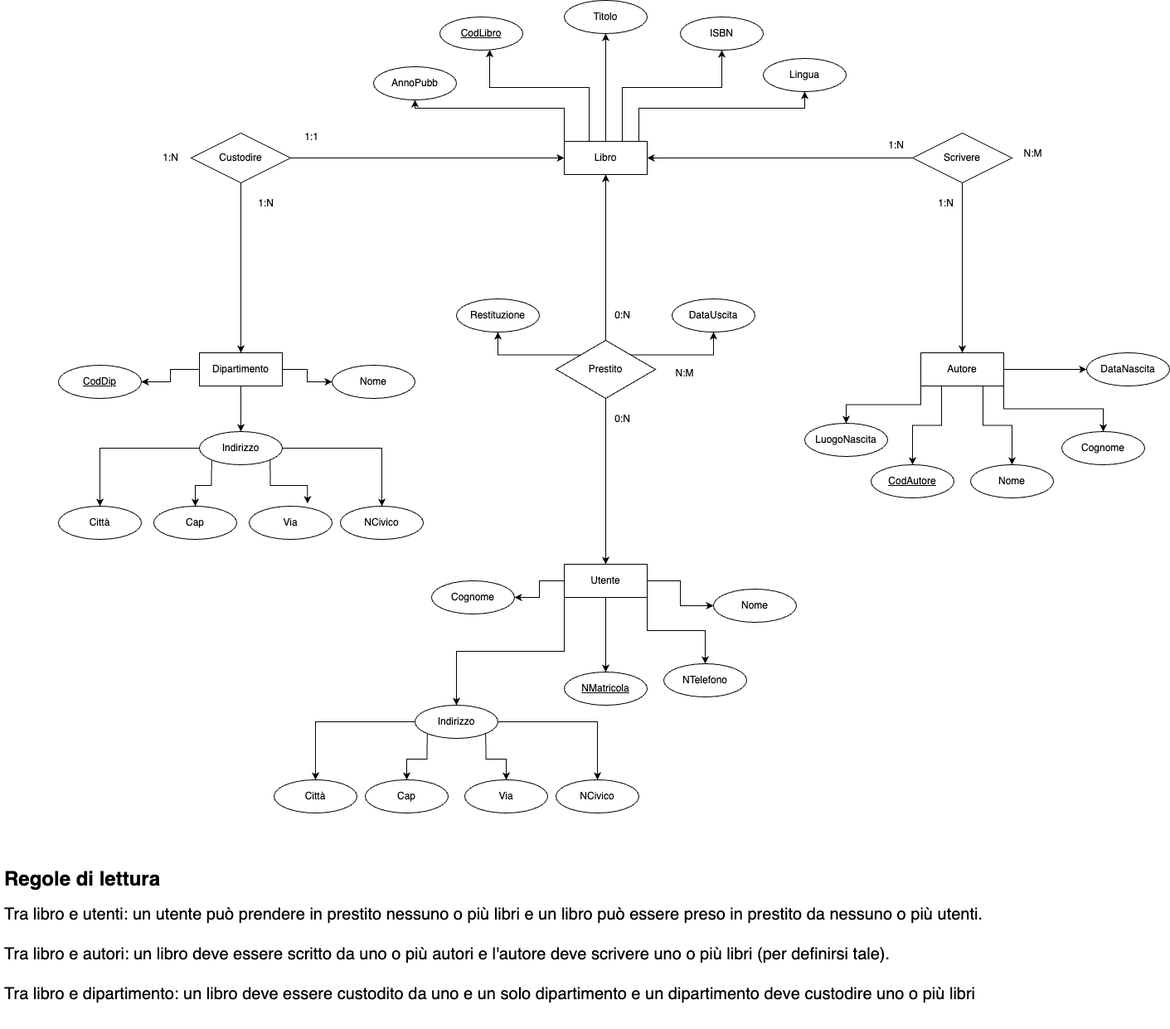
This is Diagramma ER/Biblioteca.drawio.png from solomontaiwo/BibliotecaUNIFE, a draw.io export, as it was before one commit. Source tidied: cells renumbered, new cells last; positions are measured from the earlier drawing's top-left corner, leaving out a move shared by most shapes.
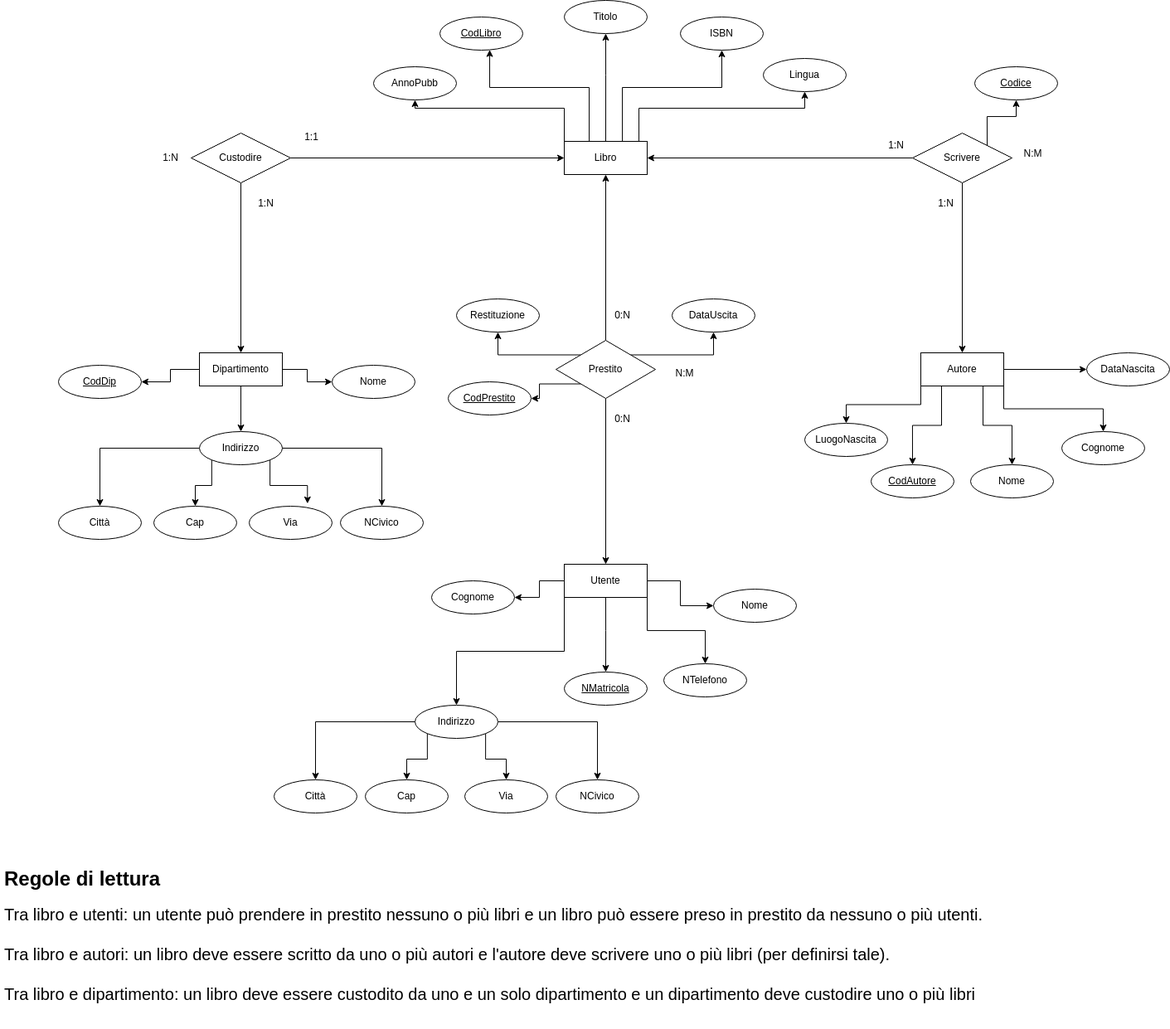
After the commit.

Change to the diagram source:
```diff
@@ -123,6 +123,9 @@
     <mxCell id="30" style="edgeStyle=orthogonalEdgeStyle;rounded=0;jettySize=auto;html=1;entryX=0.5;entryY=0;entryDx=0;entryDy=0;" parent="1" edge="1" source="31" target="7">
       <mxGeometry relative="1" as="geometry" />
     </mxCell>
+    <mxCell id="82" style="edgeStyle=orthogonalEdgeStyle;rounded=0;jettySize=auto;html=1;exitX=1;exitY=0;exitDx=0;exitDy=0;" parent="1" edge="1" source="31" target="84">
+      <mxGeometry relative="1" as="geometry" />
+    </mxCell>
     <mxCell id="31" value="Scrivere" style="shape=rhombus;perimeter=rhombusPerimeter;whiteSpace=wrap;html=1;align=center;" parent="1" vertex="1">
       <mxGeometry x="1100" y="160" width="120" height="60" as="geometry" />
     </mxCell>
@@ -147,6 +150,9 @@
     <mxCell id="38" style="edgeStyle=orthogonalEdgeStyle;rounded=0;jettySize=auto;html=1;exitX=0;exitY=0;exitDx=0;exitDy=0;entryX=0.5;entryY=1;entryDx=0;entryDy=0;" parent="1" edge="1" source="39" target="54">
       <mxGeometry relative="1" as="geometry" />
     </mxCell>
+    <mxCell id="83" style="edgeStyle=orthogonalEdgeStyle;rounded=0;jettySize=auto;html=1;exitX=0;exitY=1;exitDx=0;exitDy=0;entryX=1;entryY=0.5;entryDx=0;entryDy=0;" parent="1" edge="1" source="39" target="85">
+      <mxGeometry relative="1" as="geometry" />
+    </mxCell>
     <mxCell id="39" value="Prestito" style="shape=rhombus;perimeter=rhombusPerimeter;whiteSpace=wrap;html=1;align=center;" parent="1" vertex="1">
       <mxGeometry x="670" y="410" width="120" height="70" as="geometry" />
     </mxCell>
@@ -276,5 +282,11 @@
     <mxCell id="81" value="Cognome" style="ellipse;whiteSpace=wrap;html=1;align=center;" parent="1" vertex="1">
       <mxGeometry x="1280" y="520" width="100" height="40" as="geometry" />
     </mxCell>
+    <mxCell id="84" value="Codice" style="ellipse;whiteSpace=wrap;html=1;align=center;fontStyle=4;" parent="1" vertex="1">
+      <mxGeometry x="1175" y="80" width="100" height="40" as="geometry" />
+    </mxCell>
+    <mxCell id="85" value="CodPrestito" style="ellipse;whiteSpace=wrap;html=1;align=center;fontStyle=4;" parent="1" vertex="1">
+      <mxGeometry x="540" y="460" width="100" height="40" as="geometry" />
+    </mxCell>
   </root>
 </mxGraphModel>
```
